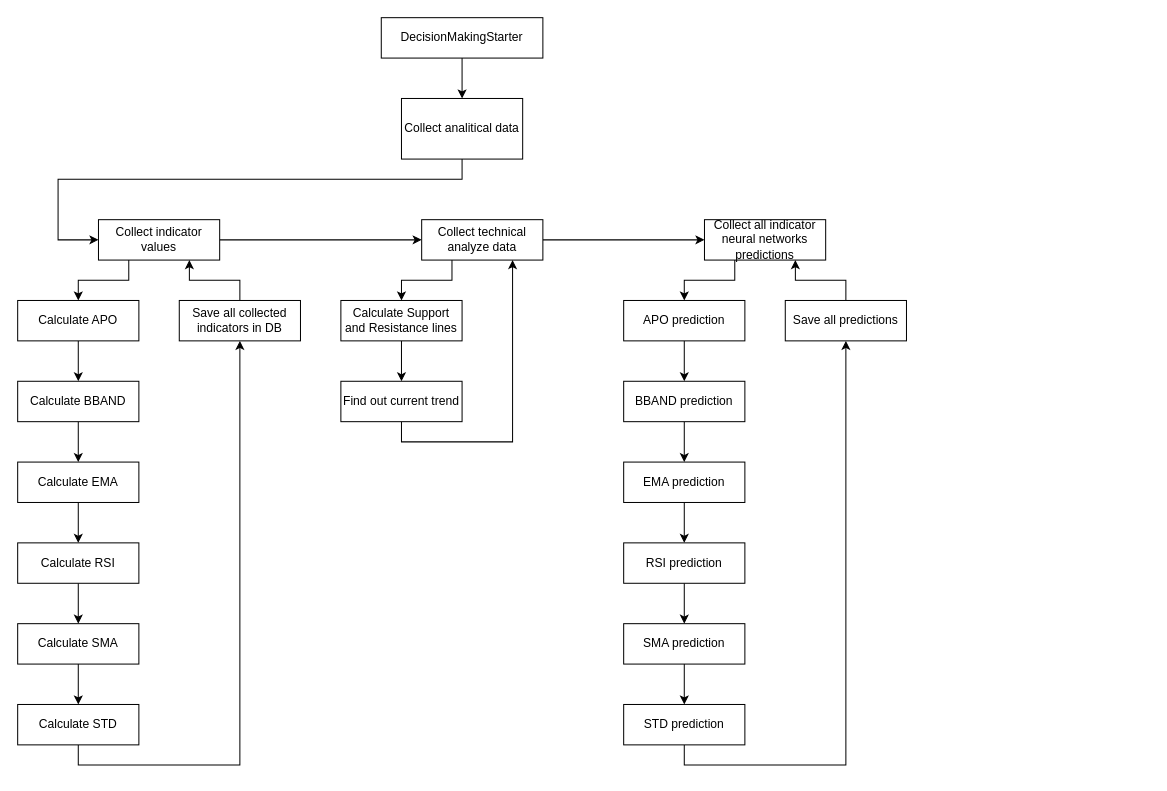
GermanPlaxunov/Cardinal-old keeps this draw.io diagram as docs/strategy.drawio. Above is the earlier version. Source tidied: cells renumbered, new cells numbered last; positions are measured from the earlier drawing's top-left corner, leaving out a move shared by most shapes. Both pictures are drawn from the tidied source at 101%, with x=0, y=0 at pixel (17, 17).
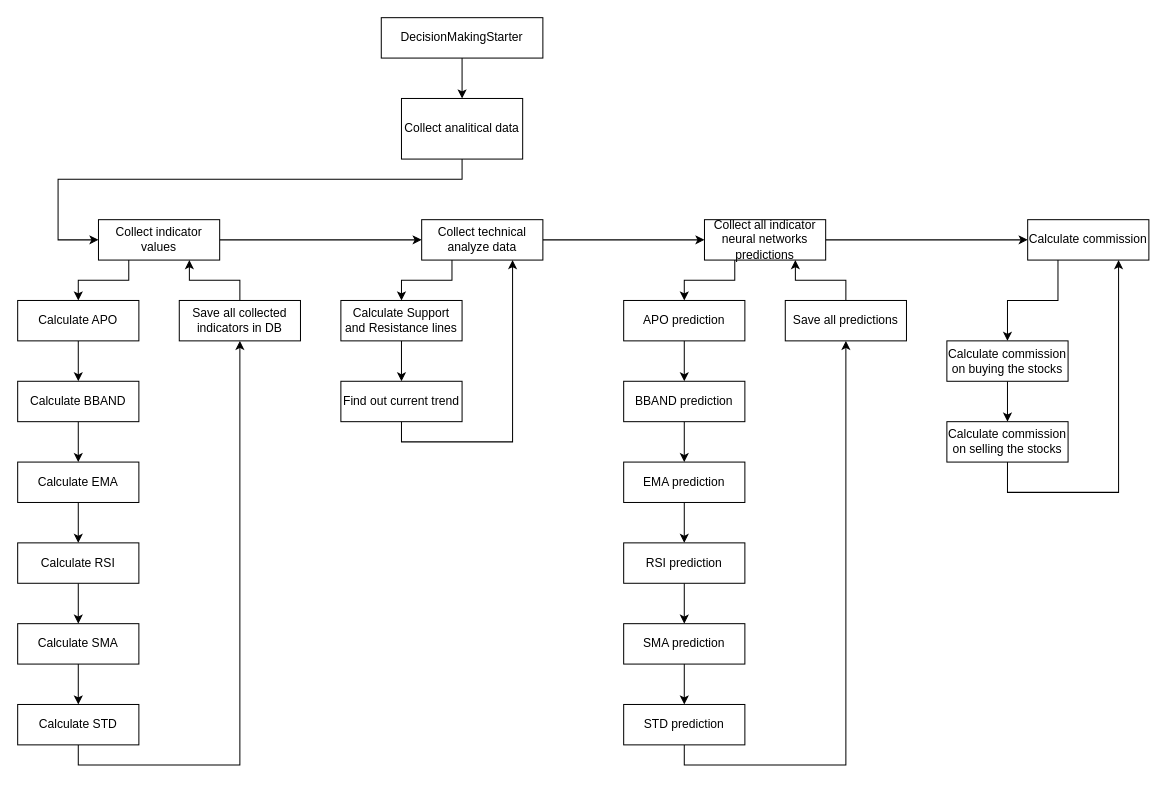
Above is the later version.

Unchanged cells that the change refers to:
```xml
<mxCell id="31" value="Collect all indicator neural networks predictions" style="whiteSpace=wrap;html=1;rounded=0;" parent="1" vertex="1">
  <mxGeometry x="680" y="200" width="120" height="40" as="geometry" />
</mxCell>
```

What changed in the source:
```diff
@@
+    <mxCell id="46" style="edgeStyle=orthogonalEdgeStyle;rounded=0;jettySize=auto;html=1;" parent="1" edge="1" source="31" target="48">
+      <mxGeometry relative="1" as="geometry" />
+    </mxCell>
@@
+    <mxCell id="47" style="edgeStyle=orthogonalEdgeStyle;rounded=0;jettySize=auto;html=1;exitX=0.25;exitY=1;exitDx=0;exitDy=0;entryX=0.5;entryY=0;entryDx=0;entryDy=0;" parent="1" edge="1" source="48" target="50">
+      <mxGeometry relative="1" as="geometry" />
+    </mxCell>
+    <mxCell id="48" value="Calculate commission" style="whiteSpace=wrap;html=1;rounded=0;" parent="1" vertex="1">
+      <mxGeometry x="1000" y="200" width="120" height="40" as="geometry" />
+    </mxCell>
+    <mxCell id="49" style="edgeStyle=orthogonalEdgeStyle;rounded=0;jettySize=auto;html=1;" parent="1" edge="1" source="50" target="52">
+      <mxGeometry relative="1" as="geometry" />
+    </mxCell>
+    <mxCell id="50" value="Calculate commission on buying the stocks" style="whiteSpace=wrap;html=1;rounded=0;" parent="1" vertex="1">
+      <mxGeometry x="920" y="320" width="120" height="40" as="geometry" />
+    </mxCell>
+    <mxCell id="51" style="edgeStyle=orthogonalEdgeStyle;rounded=0;jettySize=auto;html=1;entryX=0.75;entryY=1;entryDx=0;entryDy=0;" parent="1" edge="1" source="52" target="48">
+      <mxGeometry relative="1" as="geometry">
+        <Array as="points">
+          <mxPoint x="980" y="470" />
+          <mxPoint x="1090" y="470" />
+        </Array>
+      </mxGeometry>
+    </mxCell>
+    <mxCell id="52" value="Calculate commission on selling the stocks" style="whiteSpace=wrap;html=1;rounded=0;" parent="1" vertex="1">
+      <mxGeometry x="920" y="400" width="120" height="40" as="geometry" />
+    </mxCell>
```
